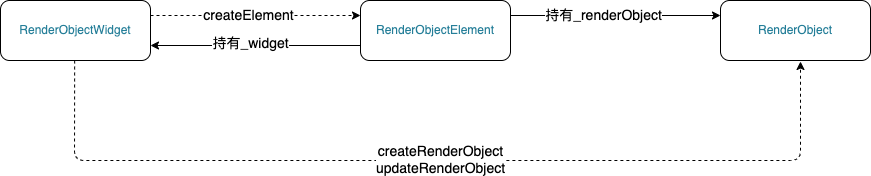
The draw.io diagram 知识点汇总/imgs/RenderObjectWidget三棵树关系.drawio.png in helloDolin/dolin_demo_flutter, before a commit. Source tidied: cells renumbered, new cells last; positions are measured from the earlier drawing's top-left corner, leaving out a move shared by most shapes. Source of this version:
```xml
<mxGraphModel background="#FFFFFF">
  <root>
    <mxCell id="0" />
    <mxCell id="1" parent="0" />
    <mxCell id="2" style="edgeStyle=none;html=1;exitX=1;exitY=0.25;exitDx=0;exitDy=0;entryX=0;entryY=0.25;entryDx=0;entryDy=0;dashed=1;rounded=1;" parent="1" edge="1" source="6" target="11">
      <mxGeometry relative="1" as="geometry" />
    </mxCell>
    <mxCell id="3" value="createElement" style="edgeLabel;html=1;align=center;verticalAlign=middle;fontSize=14;rounded=1;" parent="2" vertex="1">
      <mxGeometry x="-0.08" y="-2" relative="1" as="geometry">
        <mxPoint y="-3" as="offset" />
      </mxGeometry>
    </mxCell>
    <mxCell id="4" style="edgeStyle=none;html=1;dashed=1;rounded=1;" parent="1" edge="1">
      <mxGeometry relative="1" as="geometry">
        <mxPoint x="74.2" y="60" as="sourcePoint" />
        <mxPoint x="800" y="61" as="targetPoint" />
        <Array as="points">
          <mxPoint x="74" y="160" />
          <mxPoint x="800" y="160" />
        </Array>
      </mxGeometry>
    </mxCell>
    <mxCell id="5" value="createRenderObject&lt;br style=&quot;font-size: 14px;&quot;&gt;updateRenderObject" style="edgeLabel;html=1;align=center;verticalAlign=middle;fontSize=14;rounded=1;" parent="4" vertex="1">
      <mxGeometry x="-0.12" y="2" relative="1" as="geometry">
        <mxPoint x="58" as="offset" />
      </mxGeometry>
    </mxCell>
    <mxCell id="6" value="RenderObjectWidget" style="rounded=1;whiteSpace=wrap;html=1;fontColor=#267F99;" parent="1" vertex="1">
      <mxGeometry width="150" height="60" as="geometry" />
    </mxCell>
    <mxCell id="7" style="edgeStyle=none;html=1;exitX=0;exitY=0.75;exitDx=0;exitDy=0;entryX=1;entryY=0.75;entryDx=0;entryDy=0;rounded=1;" parent="1" edge="1" source="11" target="6">
      <mxGeometry relative="1" as="geometry" />
    </mxCell>
    <mxCell id="8" value="持有_widget" style="edgeLabel;html=1;align=center;verticalAlign=middle;fontSize=14;rounded=1;" parent="7" vertex="1">
      <mxGeometry x="0.06" y="-3" relative="1" as="geometry" />
    </mxCell>
    <mxCell id="9" style="edgeStyle=none;html=1;entryX=0;entryY=0.25;entryDx=0;entryDy=0;exitX=1;exitY=0.25;exitDx=0;exitDy=0;rounded=1;" parent="1" edge="1" source="11" target="12">
      <mxGeometry relative="1" as="geometry" />
    </mxCell>
    <mxCell id="10" value="持有_renderObject" style="edgeLabel;html=1;align=center;verticalAlign=middle;fontSize=14;rounded=1;" parent="9" vertex="1">
      <mxGeometry x="-0.12" y="-1" relative="1" as="geometry">
        <mxPoint y="-2" as="offset" />
      </mxGeometry>
    </mxCell>
    <mxCell id="11" value="RenderObjectElement" style="rounded=1;whiteSpace=wrap;html=1;fontColor=#267F99;" parent="1" vertex="1">
      <mxGeometry x="360" width="150" height="60" as="geometry" />
    </mxCell>
    <mxCell id="12" value="RenderObject" style="rounded=1;whiteSpace=wrap;html=1;fontColor=#267F99;" parent="1" vertex="1">
      <mxGeometry x="720" width="150" height="60" as="geometry" />
    </mxCell>
  </root>
</mxGraphModel>
```
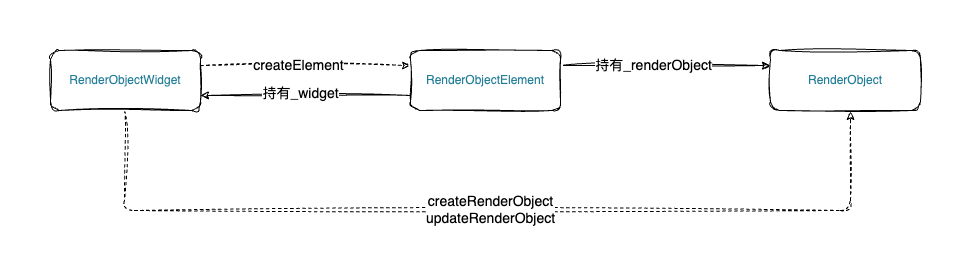
Above is the later version.

Diff of the diagram source:
```diff
@@ -2,15 +2,15 @@
   <root>
     <mxCell id="0" />
     <mxCell id="1" parent="0" />
-    <mxCell id="2" style="edgeStyle=none;html=1;exitX=1;exitY=0.25;exitDx=0;exitDy=0;entryX=0;entryY=0.25;entryDx=0;entryDy=0;dashed=1;rounded=1;" parent="1" edge="1" source="6" target="11">
+    <mxCell id="2" style="edgeStyle=none;html=1;exitX=1;exitY=0.25;exitDx=0;exitDy=0;entryX=0;entryY=0.25;entryDx=0;entryDy=0;dashed=1;rounded=1;sketch=1;curveFitting=1;jiggle=2;" parent="1" edge="1" source="6" target="11">
       <mxGeometry relative="1" as="geometry" />
     </mxCell>
-    <mxCell id="3" value="createElement" style="edgeLabel;html=1;align=center;verticalAlign=middle;fontSize=14;rounded=1;" parent="2" vertex="1">
+    <mxCell id="3" value="createElement" style="edgeLabel;html=1;align=center;verticalAlign=middle;fontSize=14;rounded=1;sketch=1;curveFitting=1;jiggle=2;" parent="2" vertex="1">
       <mxGeometry x="-0.08" y="-2" relative="1" as="geometry">
         <mxPoint y="-3" as="offset" />
       </mxGeometry>
     </mxCell>
-    <mxCell id="4" style="edgeStyle=none;html=1;dashed=1;rounded=1;" parent="1" edge="1">
+    <mxCell id="4" style="edgeStyle=none;html=1;dashed=1;rounded=1;sketch=1;curveFitting=1;jiggle=2;" parent="1" edge="1">
       <mxGeometry relative="1" as="geometry">
         <mxPoint x="74.2" y="60" as="sourcePoint" />
         <mxPoint x="800" y="61" as="targetPoint" />
@@ -20,32 +20,32 @@
         </Array>
       </mxGeometry>
     </mxCell>
-    <mxCell id="5" value="createRenderObject&lt;br style=&quot;font-size: 14px;&quot;&gt;updateRenderObject" style="edgeLabel;html=1;align=center;verticalAlign=middle;fontSize=14;rounded=1;" parent="4" vertex="1">
+    <mxCell id="5" value="createRenderObject&lt;br style=&quot;font-size: 14px;&quot;&gt;updateRenderObject" style="edgeLabel;html=1;align=center;verticalAlign=middle;fontSize=14;rounded=1;sketch=1;curveFitting=1;jiggle=2;" parent="4" vertex="1">
       <mxGeometry x="-0.12" y="2" relative="1" as="geometry">
         <mxPoint x="58" as="offset" />
       </mxGeometry>
     </mxCell>
-    <mxCell id="6" value="RenderObjectWidget" style="rounded=1;whiteSpace=wrap;html=1;fontColor=#267F99;" parent="1" vertex="1">
+    <mxCell id="6" value="RenderObjectWidget" style="rounded=1;whiteSpace=wrap;html=1;fontColor=#267F99;sketch=1;curveFitting=1;jiggle=2;" parent="1" vertex="1">
       <mxGeometry width="150" height="60" as="geometry" />
     </mxCell>
-    <mxCell id="7" style="edgeStyle=none;html=1;exitX=0;exitY=0.75;exitDx=0;exitDy=0;entryX=1;entryY=0.75;entryDx=0;entryDy=0;rounded=1;" parent="1" edge="1" source="11" target="6">
+    <mxCell id="7" style="edgeStyle=none;html=1;exitX=0;exitY=0.75;exitDx=0;exitDy=0;entryX=1;entryY=0.75;entryDx=0;entryDy=0;rounded=1;sketch=1;curveFitting=1;jiggle=2;" parent="1" edge="1" source="11" target="6">
       <mxGeometry relative="1" as="geometry" />
     </mxCell>
-    <mxCell id="8" value="持有_widget" style="edgeLabel;html=1;align=center;verticalAlign=middle;fontSize=14;rounded=1;" parent="7" vertex="1">
+    <mxCell id="8" value="持有_widget" style="edgeLabel;html=1;align=center;verticalAlign=middle;fontSize=14;rounded=1;sketch=1;curveFitting=1;jiggle=2;" parent="7" vertex="1">
       <mxGeometry x="0.06" y="-3" relative="1" as="geometry" />
     </mxCell>
-    <mxCell id="9" style="edgeStyle=none;html=1;entryX=0;entryY=0.25;entryDx=0;entryDy=0;exitX=1;exitY=0.25;exitDx=0;exitDy=0;rounded=1;" parent="1" edge="1" source="11" target="12">
+    <mxCell id="9" style="edgeStyle=none;html=1;entryX=0;entryY=0.25;entryDx=0;entryDy=0;exitX=1;exitY=0.25;exitDx=0;exitDy=0;rounded=1;sketch=1;curveFitting=1;jiggle=2;" parent="1" edge="1" source="11" target="12">
       <mxGeometry relative="1" as="geometry" />
     </mxCell>
-    <mxCell id="10" value="持有_renderObject" style="edgeLabel;html=1;align=center;verticalAlign=middle;fontSize=14;rounded=1;" parent="9" vertex="1">
+    <mxCell id="10" value="持有_renderObject" style="edgeLabel;html=1;align=center;verticalAlign=middle;fontSize=14;rounded=1;sketch=1;curveFitting=1;jiggle=2;" parent="9" vertex="1">
       <mxGeometry x="-0.12" y="-1" relative="1" as="geometry">
         <mxPoint y="-2" as="offset" />
       </mxGeometry>
     </mxCell>
-    <mxCell id="11" value="RenderObjectElement" style="rounded=1;whiteSpace=wrap;html=1;fontColor=#267F99;" parent="1" vertex="1">
+    <mxCell id="11" value="RenderObjectElement" style="rounded=1;whiteSpace=wrap;html=1;fontColor=#267F99;sketch=1;curveFitting=1;jiggle=2;" parent="1" vertex="1">
       <mxGeometry x="360" width="150" height="60" as="geometry" />
     </mxCell>
-    <mxCell id="12" value="RenderObject" style="rounded=1;whiteSpace=wrap;html=1;fontColor=#267F99;" parent="1" vertex="1">
+    <mxCell id="12" value="RenderObject" style="rounded=1;whiteSpace=wrap;html=1;fontColor=#267F99;sketch=1;curveFitting=1;jiggle=2;" parent="1" vertex="1">
       <mxGeometry x="720" width="150" height="60" as="geometry" />
     </mxCell>
   </root>
```
